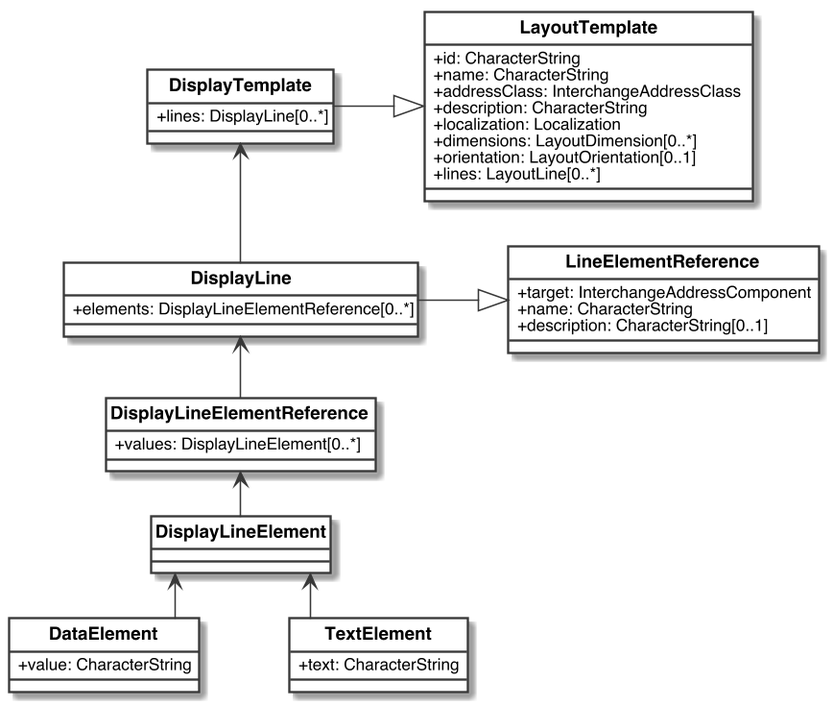
Before: images/DisplayTemplate.png, a diagram exported from PlantUML (CalConnect/csd-digital-addresses). The source it was exported from:
```plantuml
@startuml DisplayTemplate

skinparam classAttributeIconSize 0
skinparam Dpi 150
skinparam Monochrome true
skinparam LineType ortho
skinparam nodesep 60
skinparam ranksep 30
hide circle
skinparam Default {
TextAlignment center
FontName Helvetica
}
skinparam Class {
AttributeIconSize 0
BackgroundColor White
FontStyle bold
StereotypeFontSize 10
}
skinparam Rectangle {
BackgroundColor White
FontStyle bold
FontSize 11
StereotypeFontSize 10
}
skinparam Object {
BackgroundColor White
FontStyle bold
FontSize 11
StereotypeFontSize 10
}

skinparam Entity {
StereotypeFontSize 10
}

class DisplayTemplate {
    +lines: DisplayLine[0..*]
}

class LayoutTemplate {
    +id: CharacterString
    +name: CharacterString
    +addressClass: InterchangeAddressClass
    +description: CharacterString
    +localization: Localization
    +dimensions: LayoutDimension[0..*]
    +orientation: LayoutOrientation[0..1]
    +lines: LayoutLine[0..*]
}

class DisplayLine {
    +elements: DisplayLineElementReference[0..*]
}

class LineElementReference {
    +target: InterchangeAddressComponent
    +name: CharacterString
    +description: CharacterString[0..1]
}

class DisplayLineElementReference {
    +values: DisplayLineElement[0..*]
}

class DisplayLineElement{

}

class DataElement{
    +value: CharacterString
}

class TextElement{
    +text: CharacterString
}




DisplayTemplate -right-|> LayoutTemplate
DisplayLine -up-> DisplayTemplate
DisplayLine -right-|> LineElementReference
DisplayLineElementReference -up-> DisplayLine
DisplayLineElement -up-> DisplayLineElementReference
TextElement -up-> DisplayLineElement
DataElement -up-> DisplayLineElement

@enduml
```
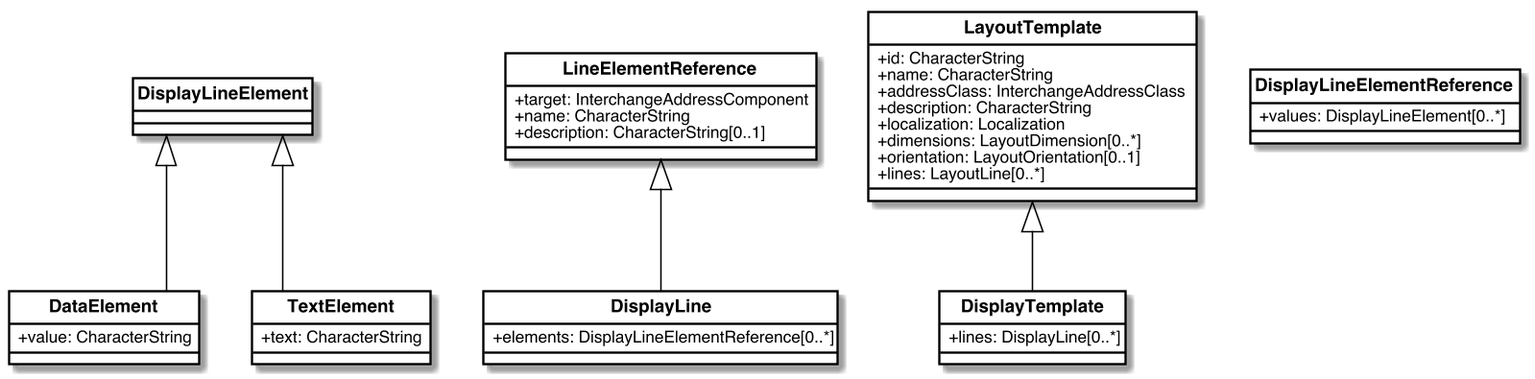
After the change.

Change to the diagram source:
```diff
@@ -1,66 +1,72 @@
-@startuml DisplayTemplate
+@startuml
 
-skinparam classAttributeIconSize 0
+
 skinparam Dpi 150
-skinparam Monochrome true
+skinparam Monochrome false
 skinparam LineType ortho
-skinparam nodesep 60
-skinparam ranksep 30
 hide circle
 skinparam Default {
-TextAlignment center
-FontName Helvetica
+  TextAlignment center
+  FontName Helvetica
 }
 skinparam Class {
-AttributeIconSize 0
-BackgroundColor White
-FontStyle bold
-StereotypeFontSize 10
+  AttributeIconSize 0
+  BackgroundColor White
+  ArrowColor Black
+  BorderColor Black
+  FontStyle bold
+  StereotypeFontSize 10
 }
 skinparam Rectangle {
-BackgroundColor White
-FontStyle bold
-FontSize 11
-StereotypeFontSize 10
+  BackgroundColor White
+  ArrowColor Black
+  BorderColor Black
+  FontStyle bold
+  FontSize 11
+  StereotypeFontSize 10
 }
 skinparam Object {
-BackgroundColor White
-FontStyle bold
-FontSize 11
-StereotypeFontSize 10
+  BackgroundColor White
+  ArrowColor Black
+  BorderColor Black
+  FontStyle bold
+  FontSize 11
+  StereotypeFontSize 10
 }
 
 skinparam Entity {
-StereotypeFontSize 10
+  StereotypeFontSize 10
 }
 
+
+
 class DisplayTemplate {
-    +lines: DisplayLine[0..*]
+  +lines: DisplayLine[0..*]
 }
 
 class LayoutTemplate {
-    +id: CharacterString
-    +name: CharacterString
-    +addressClass: InterchangeAddressClass
-    +description: CharacterString
-    +localization: Localization
-    +dimensions: LayoutDimension[0..*]
-    +orientation: LayoutOrientation[0..1]
-    +lines: LayoutLine[0..*]
+  +id: CharacterString
+  +name: CharacterString
+  +addressClass: InterchangeAddressClass
+  +description: CharacterString
+  +localization: Localization
+  +dimensions: LayoutDimension[0..*]
+  +orientation: LayoutOrientation[0..1]
+  +lines: LayoutLine[0..*]
 }
 
 class DisplayLine {
-    +elements: DisplayLineElementReference[0..*]
+  +elements: DisplayLineElementReference[0..*]
 }
 
 class LineElementReference {
-    +target: InterchangeAddressComponent
-    +name: CharacterString
-    +description: CharacterString[0..1]
+  +target: InterchangeAddressComponent
+  +name: CharacterString
+  +description: CharacterString[0..1]
 }
 
 class DisplayLineElementReference {
-    +values: DisplayLineElement[0..*]
+  +values: DisplayLineElement[0..*]
 }
 
 class DisplayLineElement{
@@ -68,22 +74,19 @@
 }
 
 class DataElement{
-    +value: CharacterString
+  +value: CharacterString
 }
 
 class TextElement{
-    +text: CharacterString
+  +text: CharacterString
 }
 
 
 
 
-DisplayTemplate -right-|> LayoutTemplate
-DisplayLine -up-> DisplayTemplate
-DisplayLine -right-|> LineElementReference
-DisplayLineElementReference -up-> DisplayLine
-DisplayLineElement -up-> DisplayLineElementReference
-TextElement -up-> DisplayLineElement
-DataElement -up-> DisplayLineElement
+DisplayTemplate -up-|> LayoutTemplate
+DisplayLine -up-|> LineElementReference
+TextElement -up-|> DisplayLineElement
+DataElement -up-|> DisplayLineElement
 
 @enduml
```
